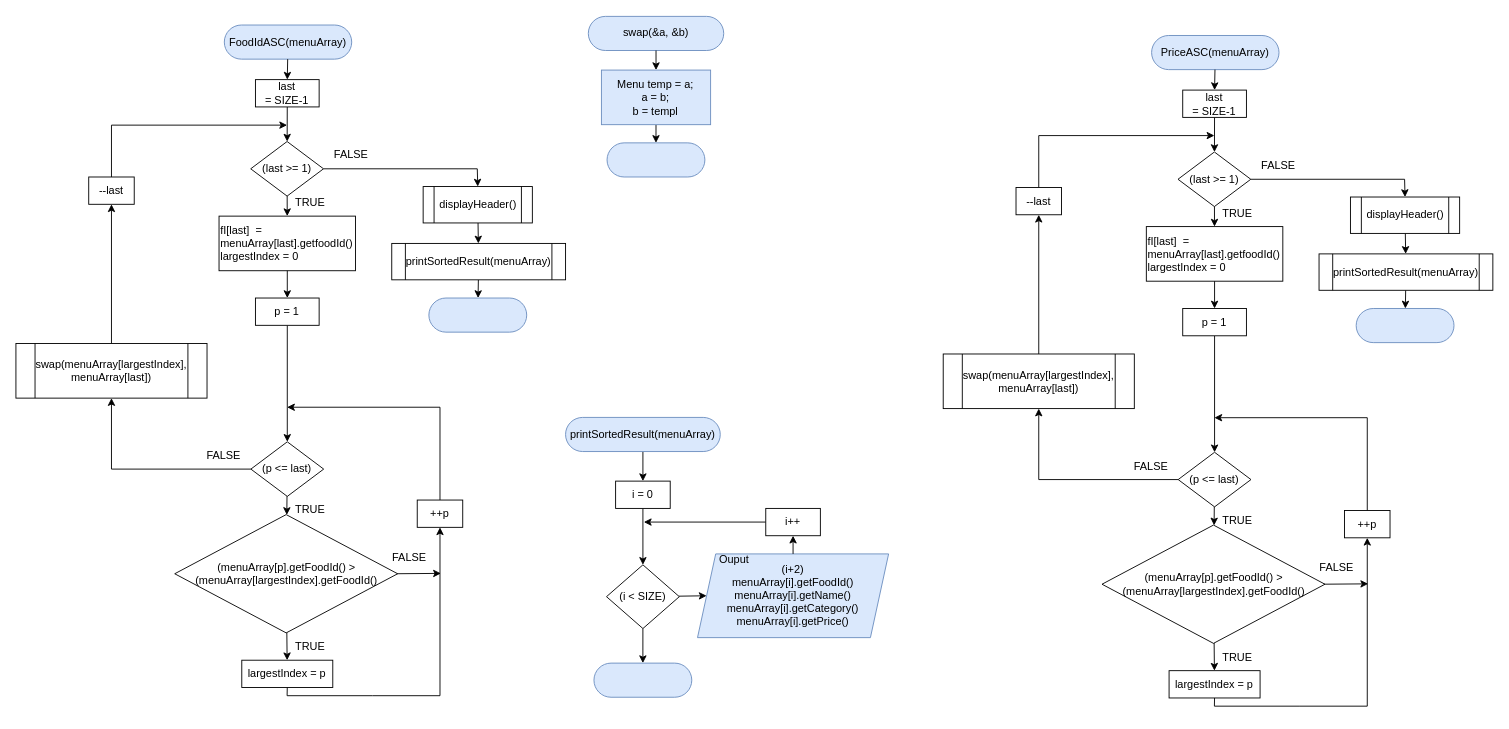
jjn7702/SECJ2013-DSA keeps this draw.io diagram as page "SORTING FUNCTION" (3 of 5) of Submission/sec02/Tupperware/classDiagram.drawio. Above is the earlier version. Source tidied: cells renumbered, new cells numbered last; positions are measured from the earlier drawing's top-left corner, leaving out a move shared by most shapes. Both pictures are drawn from the tidied source at 91%, with x=0, y=0 at pixel (15, 15).
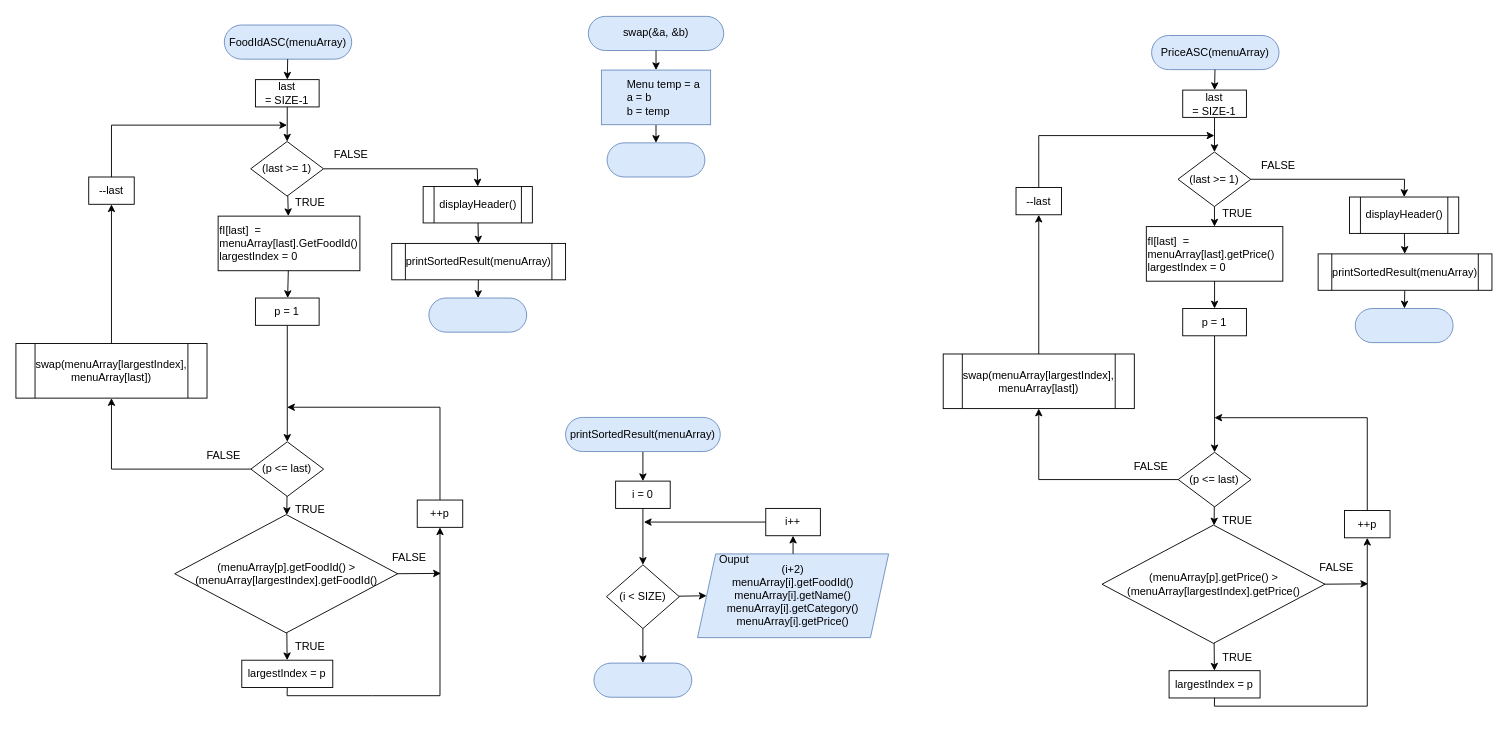
The same page after the edit.

Change to the diagram source:
```diff
@@
-    <mxCell id="7" value="Menu temp = a;&lt;br&gt;a = b;&lt;br&gt;b = templ" style="whiteSpace=wrap;html=1;fillColor=#dae8fc;strokeColor=#6c8ebf;" parent="1" vertex="1">
+    <mxCell id="7" value="&lt;div style=&quot;text-align: justify;&quot;&gt;&lt;span style=&quot;background-color: initial;&quot;&gt;&lt;span style=&quot;white-space: pre;&quot;&gt;&#9;&lt;/span&gt;Menu temp = a&lt;/span&gt;&lt;/div&gt;&lt;div style=&quot;text-align: justify;&quot;&gt;&lt;span style=&quot;background-color: initial;&quot;&gt;&lt;span style=&quot;white-space: pre;&quot;&gt;&#9;&lt;/span&gt;a = b&lt;/span&gt;&lt;/div&gt;&lt;div style=&quot;text-align: justify;&quot;&gt;&lt;span style=&quot;background-color: initial;&quot;&gt;&lt;span style=&quot;white-space: pre;&quot;&gt;&#9;&lt;/span&gt;b = temp&lt;/span&gt;&lt;/div&gt;" style="whiteSpace=wrap;html=1;fillColor=#dae8fc;strokeColor=#6c8ebf;align=left;" parent="1" vertex="1">
       <mxGeometry x="643.4" y="59.5" width="120" height="60" as="geometry" />
     </mxCell>
@@
-    <mxCell id="29" value="fI[last]&amp;nbsp; = menuArray[last].getfoodId()&lt;br&gt;largestIndex = 0" style="whiteSpace=wrap;html=1;align=left;" parent="1" vertex="1">
-      <mxGeometry x="223.2" y="220" width="150" height="60" as="geometry" />
+    <mxCell id="29" value="fI[last]&amp;nbsp; = menuArray[last].GetFoodId()&lt;br&gt;largestIndex = 0" style="whiteSpace=wrap;html=1;align=left;" parent="1" vertex="1">
+      <mxGeometry x="222.2" y="220" width="155.8" height="60" as="geometry" />
     </mxCell>
@@
-    <mxCell id="65" value="fI[last]&amp;nbsp; = menuArray[last].getfoodId()&lt;br&gt;largestIndex = 0" style="whiteSpace=wrap;html=1;align=left;" parent="1" vertex="1">
+    <mxCell id="65" value="fI[last]&amp;nbsp; = menuArray[last].getPrice()&lt;br&gt;largestIndex = 0" style="whiteSpace=wrap;html=1;align=left;" parent="1" vertex="1">
       <mxGeometry x="1242.2" y="231.5" width="150" height="60" as="geometry" />
     </mxCell>
@@
-    <mxCell id="73" value="(menuArray[p].getFoodId() &amp;gt;&lt;br&gt;(menuArray[largestIndex].getFoodId()" style="rhombus;whiteSpace=wrap;html=1;" parent="1" vertex="1">
+    <mxCell id="73" value="(menuArray[p].getPrice() &amp;gt;&lt;br&gt;(menuArray[largestIndex].getPrice()" style="rhombus;whiteSpace=wrap;html=1;" parent="1" vertex="1">
       <mxGeometry x="1193.5" y="559.5" width="245" height="130" as="geometry" />
     </mxCell>
@@
     <mxCell id="88" value="displayHeader()" style="shape=process;whiteSpace=wrap;html=1;backgroundOutline=1;" parent="1" vertex="1">
-      <mxGeometry x="1466.5" y="199" width="120" height="40" as="geometry" />
+      <mxGeometry x="1465.5" y="199" width="120" height="40" as="geometry" />
     </mxCell>
@@
     <mxCell id="90" value="printSortedResult(menuArray)" style="shape=process;whiteSpace=wrap;html=1;backgroundOutline=1;size=0.07729468599033816;" parent="1" vertex="1">
-      <mxGeometry x="1432" y="261.5" width="191" height="40" as="geometry" />
+      <mxGeometry x="1431" y="261.5" width="191" height="40" as="geometry" />
     </mxCell>
     <mxCell id="91" style="rounded=1;whiteSpace=wrap;html=1;glass=0;labelBackgroundColor=none;fillColor=#dae8fc;arcSize=50;strokeColor=#6c8ebf;" parent="1" vertex="1">
-      <mxGeometry x="1472.8" y="321.5" width="107.5" height="37.5" as="geometry" />
+      <mxGeometry x="1471.8" y="321.5" width="107.5" height="37.5" as="geometry" />
     </mxCell>
```
